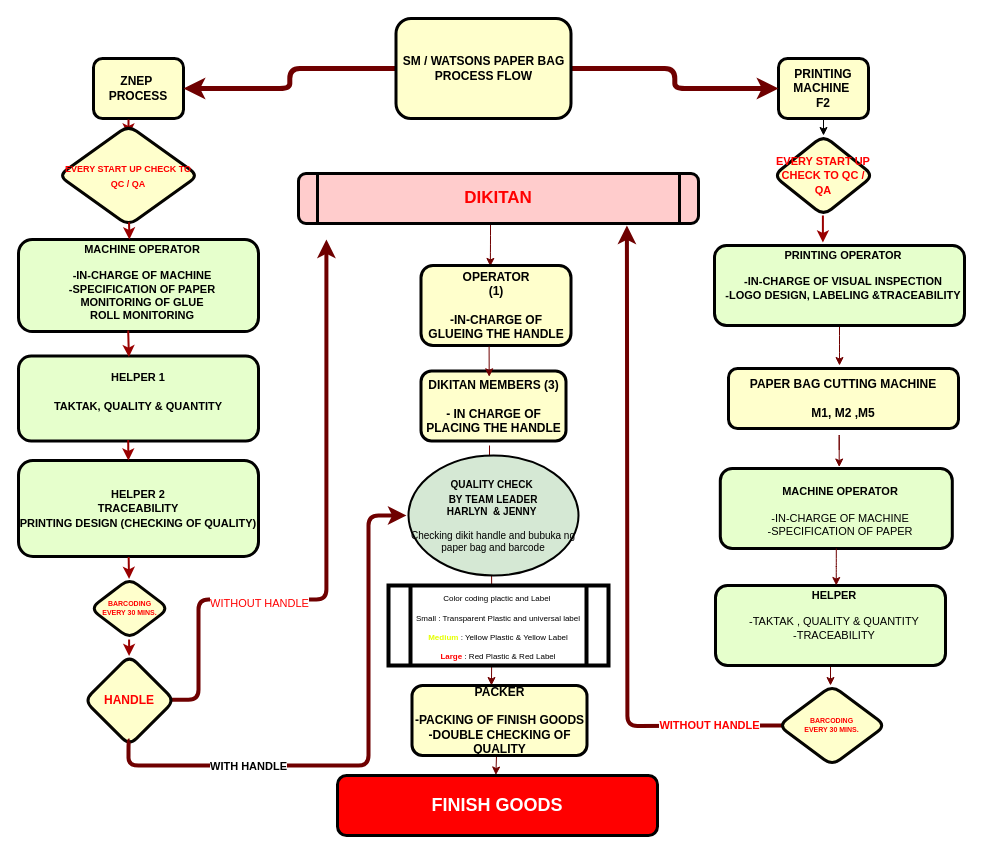
r-dapsycobbsylbnt-8700/goit-markup-hw-01 keeps this draw.io diagram as page "Page-1" (1 of 2) of flowchart dikitan.drawio. Above is the earlier version. Source tidied: cells renumbered, new cells numbered last; positions are measured from the earlier drawing's top-left corner, leaving out a move shared by most shapes. Both pictures are drawn from the tidied source at 100%, with x=0, y=0 at pixel (18, 18).
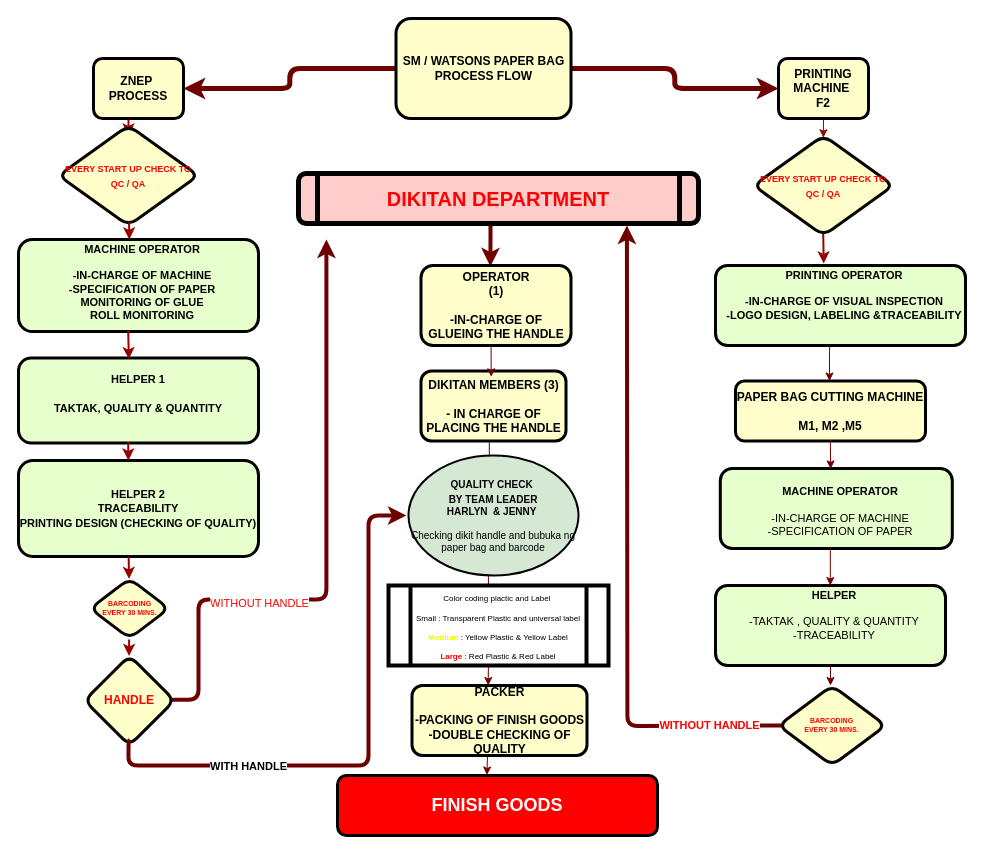
The same diagram, later.

Unchanged cells that the change refers to:
```xml
<mxCell id="6" value="PRINTING MACHINE &#10;F2" style="whiteSpace=wrap;align=center;verticalAlign=middle;fontStyle=1;strokeWidth=3;fillColor=#FFFFCC;rounded=1;" parent="1" vertex="1">
  <mxGeometry x="760" y="40" width="90" height="60" as="geometry" />
</mxCell>
<mxCell id="14" value="&lt;p style=&quot;margin: 0px; margin-top: 4px; text-align: center; text-decoration: underline;&quot;&gt;&lt;/p&gt;&lt;p style=&quot;margin: 0px 0px 0px 8px; font-size: 11px;&quot;&gt;&lt;font style=&quot;font-size: 11px;&quot;&gt;&lt;br&gt;&lt;/font&gt;&lt;/p&gt;&lt;p style=&quot;margin: 0px 0px 0px 8px; font-size: 11px;&quot;&gt;&lt;font style=&quot;font-size: 11px;&quot;&gt;MACHINE OPERATOR&lt;/font&gt;&lt;/p&gt;&lt;p style=&quot;margin: 0px 0px 0px 8px; font-size: 11px;&quot;&gt;&lt;font style=&quot;font-size: 11px;&quot;&gt;&lt;br&gt;&lt;/font&gt;&lt;/p&gt;&lt;p style=&quot;margin: 0px 0px 0px 8px; font-size: 11px;&quot;&gt;&lt;font style=&quot;font-size: 11px; font-weight: normal;&quot;&gt;-IN-CHARGE OF MACHINE&lt;/font&gt;&lt;/p&gt;&lt;p style=&quot;margin: 0px 0px 0px 8px; font-size: 11px;&quot;&gt;&lt;font style=&quot;font-size: 11px; font-weight: normal;&quot;&gt;-SPECIFICATION OF PAPER&lt;/font&gt;&lt;/p&gt;&lt;p style=&quot;margin: 0px 0px 0px 8px; font-size: 11px;&quot;&gt;&lt;font style=&quot;font-size: 11px;&quot;&gt;&lt;br&gt;&lt;/font&gt;&lt;/p&gt;" style="verticalAlign=middle;align=center;overflow=fill;fontSize=12;fontFamily=Helvetica;html=1;rounded=1;fontStyle=1;strokeWidth=3;fillColor=#E6FFCC;" parent="1" vertex="1">
  <mxGeometry x="701.8" y="450" width="232" height="80" as="geometry" />
</mxCell>
<mxCell id="16" value="&lt;p style=&quot;margin: 0px; margin-top: 4px; text-align: center; text-decoration: underline;&quot;&gt;&lt;/p&gt;&lt;p style=&quot;margin: 0px 0px 0px 8px; font-size: 11px;&quot;&gt;HELPER&lt;/p&gt;&lt;p style=&quot;margin: 0px 0px 0px 8px; font-size: 11px;&quot;&gt;&lt;font style=&quot;font-size: 11px;&quot;&gt;&lt;br&gt;&lt;/font&gt;&lt;/p&gt;&lt;p style=&quot;margin: 0px 0px 0px 8px; font-size: 11px;&quot;&gt;&lt;span style=&quot;font-weight: normal;&quot;&gt;-TAKTAK , QUALITY &amp;amp; QUANTITY&lt;/span&gt;&lt;/p&gt;&lt;p style=&quot;margin: 0px 0px 0px 8px; font-size: 11px;&quot;&gt;&lt;span style=&quot;font-weight: normal;&quot;&gt;-TRACEABILITY&lt;/span&gt;&lt;/p&gt;" style="verticalAlign=middle;align=center;overflow=fill;fontSize=12;fontFamily=Helvetica;html=1;rounded=1;fontStyle=1;strokeWidth=3;fillColor=#E6FFCC;" parent="1" vertex="1">
  <mxGeometry x="697" y="567" width="230" height="80" as="geometry" />
</mxCell>
<mxCell id="25" value="DIKITAN MEMBERS (3)&lt;br&gt;&lt;br&gt;- IN CHARGE OF PLACING THE HANDLE" style="whiteSpace=wrap;html=1;fillColor=#FFFFCC;fontStyle=1;strokeWidth=3;rounded=1;" parent="1" vertex="1">
  <mxGeometry x="402.5" y="352.5" width="145" height="70" as="geometry" />
</mxCell>
<mxCell id="27" value="PACKER&lt;br&gt;&lt;br&gt;-PACKING OF FINISH GOODS&lt;br&gt;-DOUBLE CHECKING OF QUALITY" style="whiteSpace=wrap;html=1;fillColor=#FFFFCC;fontStyle=1;strokeWidth=3;rounded=1;" parent="1" vertex="1">
  <mxGeometry x="393.5" y="667" width="175" height="70" as="geometry" />
</mxCell>
```

The edit, as a diff of the source:
```diff
@@
     <mxCell id="4" value="PAPER BAG CUTTING MACHINE&#10;&#10;M1, M2 ,M5" style="whiteSpace=wrap;align=center;verticalAlign=middle;fontStyle=1;strokeWidth=3;fillColor=#FFFFCC;rounded=1;" parent="1" vertex="1">
-      <mxGeometry x="710" y="350" width="230" height="60" as="geometry" />
+      <mxGeometry x="717" y="362.5" width="190" height="60" as="geometry" />
     </mxCell>
-    <mxCell id="5" style="edgeStyle=orthogonalEdgeStyle;rounded=1;jettySize=auto;html=1;" parent="1" edge="1" source="6" target="32">
-      <mxGeometry relative="1" as="geometry">
-        <Array as="points">
-          <mxPoint x="805" y="117" />
-          <mxPoint x="805" y="117" />
-        </Array>
-      </mxGeometry>
+    <mxCell id="5" style="edgeStyle=orthogonalEdgeStyle;rounded=1;jettySize=auto;html=1;fillColor=#f8cecc;strokeColor=#990000;entryX=0.499;entryY=0.022;entryDx=0;entryDy=0;entryPerimeter=0;exitX=0.5;exitY=1;exitDx=0;exitDy=0;" parent="1" edge="1" source="6" target="32">
+      <mxGeometry relative="1" as="geometry" />
     </mxCell>
@@
     <mxCell id="7" value="&lt;font style=&quot;font-size: 11px;&quot;&gt;HELPER 1&lt;br&gt;&lt;br&gt;TAKTAK, QUALITY &amp;amp; QUANTITY&lt;/font&gt;&lt;div&gt;&lt;font style=&quot;font-size: 11px;&quot;&gt;&lt;br&gt;&lt;/font&gt;&lt;/div&gt;" style="whiteSpace=wrap;html=1;fillColor=#E6FFCC;rounded=1;fontStyle=1;strokeWidth=3;" parent="1" vertex="1">
-      <mxGeometry y="337.5" width="240" height="85" as="geometry" />
+      <mxGeometry y="339.5" width="240" height="85" as="geometry" />
     </mxCell>
@@
-    <mxCell id="11" style="edgeStyle=none;noEdgeStyle=1;strokeColor=#990000;strokeWidth=2;rounded=1;" parent="1" edge="1">
-      <mxGeometry relative="1" as="geometry">
-        <mxPoint x="804.5" y="138" as="sourcePoint" />
-        <mxPoint x="804.5" y="165" as="targetPoint" />
-      </mxGeometry>
-    </mxCell>
-    <mxCell id="12" style="edgeStyle=orthogonalEdgeStyle;rounded=1;jettySize=auto;html=1;fillColor=#a20025;strokeColor=#6F0000;" parent="1" edge="1" source="13">
+    <mxCell id="12" style="edgeStyle=orthogonalEdgeStyle;rounded=1;orthogonalLoop=1;jettySize=auto;html=1;fillColor=#a20025;strokeColor=#6F0000;entryX=0.5;entryY=0;entryDx=0;entryDy=0;exitX=0.464;exitY=1;exitDx=0;exitDy=0;exitPerimeter=0;" parent="1" edge="1">
       <mxGeometry relative="1" as="geometry">
-        <mxPoint x="821" y="347" as="targetPoint" />
+        <mxPoint x="812" y="327" as="sourcePoint" />
+        <mxPoint x="811" y="362.5" as="targetPoint" />
+        <Array as="points">
+          <mxPoint x="811" y="327" />
+        </Array>
       </mxGeometry>
     </mxCell>
     <mxCell id="13" value="&lt;p style=&quot;margin: 0px; margin-top: 4px; text-align: center; text-decoration: underline;&quot;&gt;&lt;/p&gt;&lt;p style=&quot;margin: 0px 0px 0px 8px; font-size: 11px;&quot;&gt;&lt;span style=&quot;background-color: initial;&quot;&gt;PRINTING OPERATOR&lt;/span&gt;&lt;br&gt;&lt;/p&gt;&lt;p style=&quot;margin: 0px 0px 0px 8px; font-size: 11px;&quot;&gt;&lt;font style=&quot;font-size: 11px;&quot;&gt;&lt;br&gt;&lt;/font&gt;&lt;/p&gt;&lt;p style=&quot;margin: 0px 0px 0px 8px; font-size: 11px;&quot;&gt;&lt;font style=&quot;font-size: 11px;&quot;&gt;-IN-CHARGE OF VISUAL INSPECTION&lt;/font&gt;&lt;/p&gt;&lt;p style=&quot;margin: 0px 0px 0px 8px; font-size: 11px;&quot;&gt;&lt;font style=&quot;font-size: 11px;&quot;&gt;-LOGO DESIGN, LABELING &amp;amp;TRACEABILITY&lt;/font&gt;&lt;/p&gt;&lt;p style=&quot;margin: 0px 0px 0px 8px; font-size: 11px;&quot;&gt;&lt;font style=&quot;font-size: 11px;&quot;&gt;&lt;br&gt;&lt;/font&gt;&lt;/p&gt;" style="verticalAlign=middle;align=center;overflow=fill;fontSize=12;fontFamily=Helvetica;html=1;rounded=1;fontStyle=1;strokeWidth=3;fillColor=#E6FFCC;" parent="1" vertex="1">
-      <mxGeometry x="696" y="227" width="250" height="80" as="geometry" />
+      <mxGeometry x="697" y="247" width="250" height="80" as="geometry" />
     </mxCell>
@@
-    <mxCell id="17" style="edgeStyle=orthogonalEdgeStyle;rounded=1;orthogonalLoop=1;jettySize=auto;html=1;fillColor=#a20025;strokeColor=#6F0000;entryX=0.449;entryY=0.011;entryDx=0;entryDy=0;entryPerimeter=0;" parent="1" edge="1">
+    <mxCell id="17" style="edgeStyle=orthogonalEdgeStyle;rounded=1;orthogonalLoop=1;jettySize=auto;html=1;fillColor=#a20025;strokeColor=#6F0000;entryX=0.449;entryY=0.011;entryDx=0;entryDy=0;entryPerimeter=0;strokeWidth=4;" parent="1" edge="1">
       <mxGeometry relative="1" as="geometry">
         <mxPoint x="472" y="197" as="sourcePoint" />
         <mxPoint x="471.8" y="247.9" as="targetPoint" />
         <Array as="points">
           <mxPoint x="472" y="227" />
           <mxPoint x="472" y="227" />
         </Array>
       </mxGeometry>
     </mxCell>
-    <mxCell id="18" value="DIKITAN" style="shape=process;whiteSpace=wrap;align=center;verticalAlign=middle;size=0.0475;fontStyle=1;strokeWidth=3;fillColor=#FFCCCC;fontSize=17;rounded=1;fontColor=#FF0000;" parent="1" vertex="1">
+    <mxCell id="18" value="DIKITAN DEPARTMENT" style="shape=process;whiteSpace=wrap;align=center;verticalAlign=middle;size=0.0475;fontStyle=1;strokeWidth=5;fillColor=#FFCCCC;fontSize=20;rounded=1;fontColor=#FF0000;" parent="1" vertex="1">
       <mxGeometry x="280" y="155" width="400" height="50" as="geometry" />
     </mxCell>
@@
-    <mxCell id="24" style="edgeStyle=orthogonalEdgeStyle;rounded=1;jettySize=auto;html=1;fillColor=#a20025;strokeColor=#6F0000;entryX=0.454;entryY=0;entryDx=0;entryDy=0;entryPerimeter=0;" parent="1" edge="1" target="27">
+    <mxCell id="24" style="edgeStyle=orthogonalEdgeStyle;rounded=1;orthogonalLoop=1;jettySize=auto;html=1;fillColor=#a20025;strokeColor=#6F0000;entryX=0.454;entryY=0;entryDx=0;entryDy=0;entryPerimeter=0;" parent="1" edge="1">
       <mxGeometry relative="1" as="geometry">
-        <mxPoint x="473" y="547" as="sourcePoint" />
+        <mxPoint x="469.8" y="547" as="sourcePoint" />
+        <mxPoint x="469.7" y="667" as="targetPoint" />
       </mxGeometry>
     </mxCell>
@@
     <mxCell id="26" style="edgeStyle=orthogonalEdgeStyle;rounded=1;orthogonalLoop=1;jettySize=auto;html=1;fillColor=#a20025;strokeColor=#6F0000;entryX=0.548;entryY=-0.009;entryDx=0;entryDy=0;entryPerimeter=0;" parent="1" edge="1">
       <mxGeometry relative="1" as="geometry">
-        <mxPoint x="478" y="737" as="sourcePoint" />
-        <mxPoint x="477.4" y="756.5" as="targetPoint" />
+        <mxPoint x="469" y="737" as="sourcePoint" />
+        <mxPoint x="468.4" y="756.5" as="targetPoint" />
       </mxGeometry>
     </mxCell>
@@
-    <mxCell id="32" value="&lt;font style=&quot;font-size: 11px;&quot; color=&quot;#ff0000&quot;&gt;EVERY START UP CHECK TO QC / QA&lt;/font&gt;" style="rhombus;whiteSpace=wrap;html=1;rounded=1;fillColor=#FFFFCC;fontColor=#000000;strokeColor=#050400;strokeWidth=3;fontStyle=1;" parent="1" vertex="1">
-      <mxGeometry x="755" y="117" width="100" height="80" as="geometry" />
-    </mxCell>
-    <mxCell id="33" style="edgeStyle=none;noEdgeStyle=1;strokeColor=#990000;strokeWidth=2;rounded=1;jumpSize=6;" parent="1" edge="1">
+    <mxCell id="33" style="edgeStyle=none;noEdgeStyle=1;strokeColor=#990000;strokeWidth=2;rounded=1;jumpSize=6;entryX=0.433;entryY=-0.026;entryDx=0;entryDy=0;entryPerimeter=0;" parent="1" edge="1" target="13">
       <mxGeometry relative="1" as="geometry">
         <mxPoint x="804.4" y="197" as="sourcePoint" />
-        <mxPoint x="804.4" y="224" as="targetPoint" />
       </mxGeometry>
     </mxCell>
@@
     <mxCell id="38" style="edgeStyle=orthogonalEdgeStyle;rounded=1;orthogonalLoop=1;jettySize=auto;html=1;fillColor=#a20025;strokeColor=#6F0000;exitX=0.454;exitY=1.01;exitDx=0;exitDy=0;exitPerimeter=0;entryX=0.47;entryY=0.019;entryDx=0;entryDy=0;entryPerimeter=0;" parent="1" edge="1">
       <mxGeometry relative="1" as="geometry">
-        <mxPoint x="470.6" y="327.8" as="sourcePoint" />
-        <mxPoint x="470.7" y="358.3" as="targetPoint" />
+        <mxPoint x="472.6" y="327.8" as="sourcePoint" />
+        <mxPoint x="472.7" y="358.3" as="targetPoint" />
+        <Array as="points">
+          <mxPoint x="473" y="337" />
+          <mxPoint x="473" y="337" />
+        </Array>
       </mxGeometry>
     </mxCell>
@@
-    <mxCell id="44" style="edgeStyle=orthogonalEdgeStyle;rounded=1;orthogonalLoop=1;jettySize=auto;html=1;fillColor=#a20025;strokeColor=#6F0000;" parent="1" edge="1">
+    <mxCell id="44" style="edgeStyle=orthogonalEdgeStyle;rounded=1;orthogonalLoop=1;jettySize=auto;html=1;fillColor=#a20025;strokeColor=#6F0000;exitX=0.499;exitY=0.98;exitDx=0;exitDy=0;exitPerimeter=0;entryX=0.476;entryY=0.005;entryDx=0;entryDy=0;entryPerimeter=0;" parent="1" edge="1">
       <mxGeometry relative="1" as="geometry">
-        <mxPoint x="820.7" y="431.5" as="sourcePoint" />
-        <mxPoint x="820.7" y="448.5" as="targetPoint" />
-        <Array as="points">
-          <mxPoint x="820.7" y="411.5" />
-          <mxPoint x="820.7" y="411.5" />
-        </Array>
+        <mxPoint x="811.8" y="421.3" as="sourcePoint" />
+        <mxPoint x="812.2" y="450.4" as="targetPoint" />
       </mxGeometry>
     </mxCell>
-    <mxCell id="45" style="edgeStyle=orthogonalEdgeStyle;rounded=1;jettySize=auto;html=1;entryX=0.525;entryY=0;entryDx=0;entryDy=0;entryPerimeter=0;fillColor=#a20025;strokeColor=#6F0000;" parent="1" edge="1" source="14" target="16">
-      <mxGeometry relative="1" as="geometry" />
+    <mxCell id="45" style="edgeStyle=orthogonalEdgeStyle;rounded=1;orthogonalLoop=1;jettySize=auto;html=1;entryX=0.525;entryY=0;entryDx=0;entryDy=0;entryPerimeter=0;fillColor=#a20025;strokeColor=#6F0000;" parent="1" edge="1">
+      <mxGeometry relative="1" as="geometry">
+        <mxPoint x="811.8" y="530" as="sourcePoint" />
+        <mxPoint x="811.8" y="567" as="targetPoint" />
+      </mxGeometry>
     </mxCell>
-    <mxCell id="46" style="edgeStyle=orthogonalEdgeStyle;rounded=1;orthogonalLoop=1;jettySize=auto;html=1;fillColor=#a20025;strokeColor=#6F0000;" parent="1" edge="1">
+    <mxCell id="46" style="edgeStyle=orthogonalEdgeStyle;rounded=1;jettySize=auto;html=1;fillColor=#a20025;strokeColor=#6F0000;exitX=0.471;exitY=1;exitDx=0;exitDy=0;exitPerimeter=0;" parent="1" edge="1" source="25">
       <mxGeometry relative="1" as="geometry">
-        <mxPoint x="471" y="427" as="sourcePoint" />
         <mxPoint x="471" y="465.1" as="targetPoint" />
         <Array as="points">
-          <mxPoint x="471" y="467" />
           <mxPoint x="471" y="467" />
         </Array>
       </mxGeometry>
     </mxCell>
@@
+    <mxCell id="32" value="&lt;font style=&quot;font-size: 9px;&quot; color=&quot;#ff0000&quot;&gt;EVERY START UP CHECK TO QC / QA&lt;/font&gt;" style="rhombus;whiteSpace=wrap;html=1;rounded=1;fillColor=#FFFFCC;fontColor=#000000;strokeColor=#050400;strokeWidth=3;fontStyle=1;" parent="1" vertex="1">
+      <mxGeometry x="735" y="117" width="140" height="100" as="geometry" />
+    </mxCell>
```
